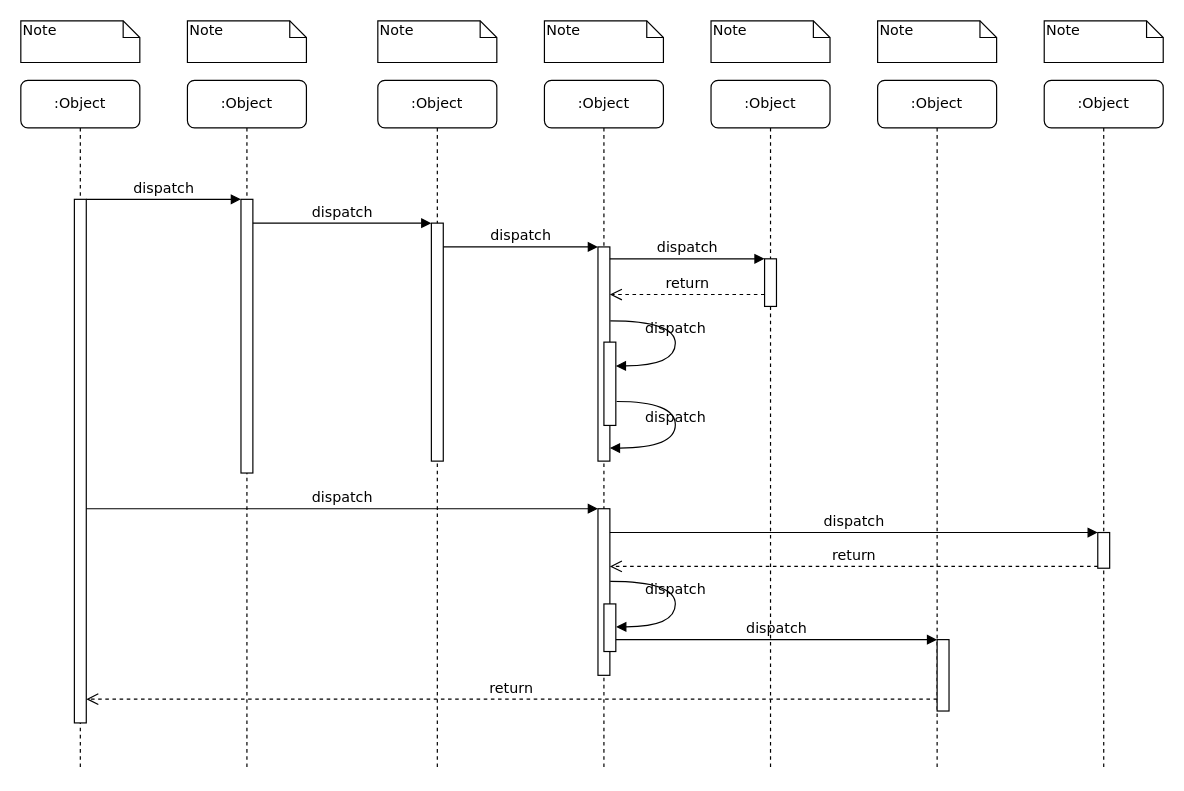
makewheels/diagrams.net keeps this draw.io diagram as Untitled Diagram.drawio. Above is the earlier version. Source tidied: cells renumbered, new cells numbered last; positions are measured from the earlier drawing's top-left corner, leaving out a move shared by most shapes. Both pictures are drawn from the tidied source at 119%, with x=0, y=0 at pixel (20, 20).
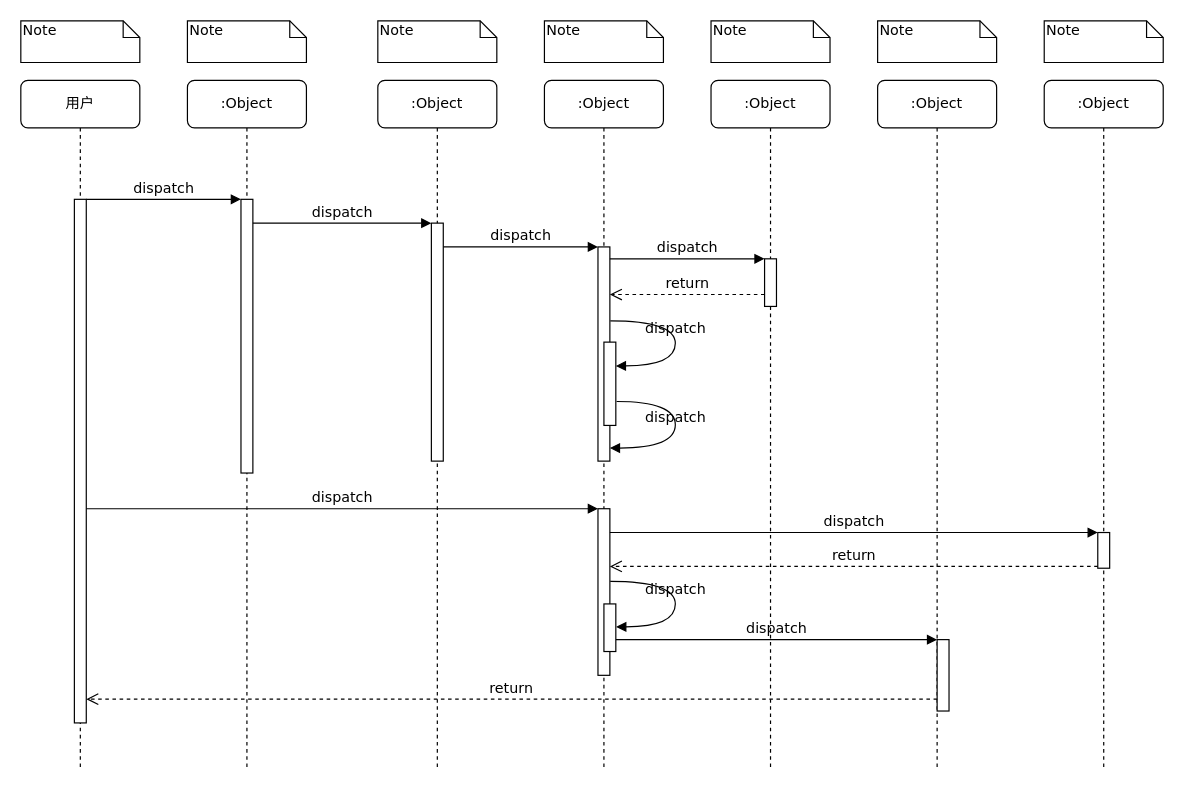
Above is the later version.

The edit, as a diff of the source:
```diff
@@
-    <mxCell id="10" value=":Object" style="shape=umlLifeline;perimeter=lifelinePerimeter;whiteSpace=wrap;html=1;rounded=1;shadow=0;comic=0;labelBackgroundColor=none;strokeWidth=1;fontFamily=Verdana;fontSize=12;align=center;" parent="1" vertex="1">
+    <mxCell id="10" value="用户" style="shape=umlLifeline;perimeter=lifelinePerimeter;whiteSpace=wrap;html=1;rounded=1;shadow=0;comic=0;labelBackgroundColor=none;strokeWidth=1;fontFamily=Verdana;fontSize=12;align=center;" parent="1" vertex="1">
       <mxGeometry y="50" width="100" height="580" as="geometry" />
     </mxCell>
```
